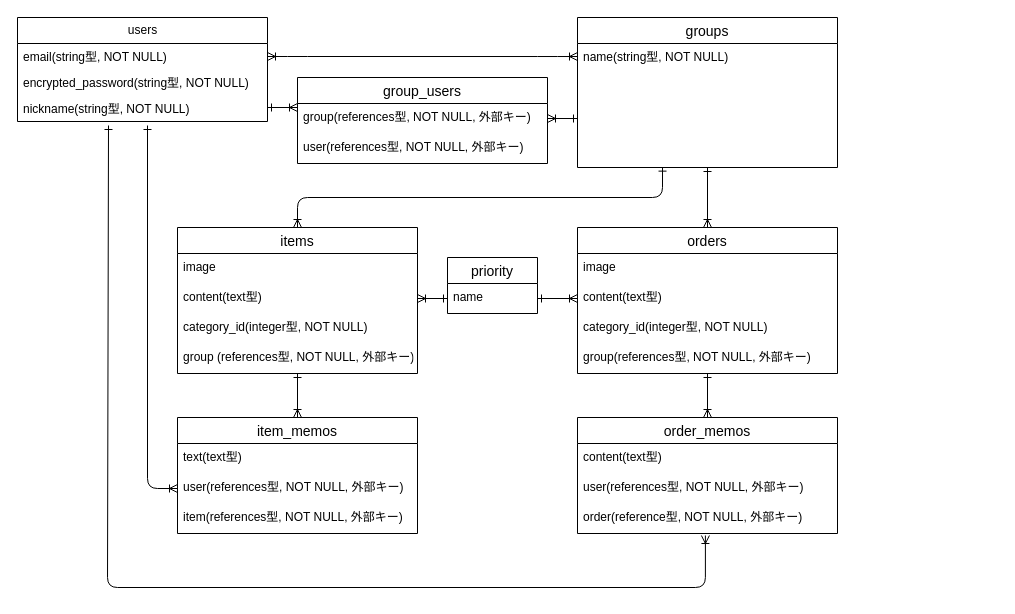
The draw.io diagram kauzo.drawio in komafuji820/kauzo, before the edit. Source tidied: cells renumbered, new cells numbered last; positions are measured from the earlier drawing's top-left corner, leaving out a move shared by most shapes. Both pictures are drawn from the tidied source at 100%, with x=0, y=0 at pixel (17, 17).
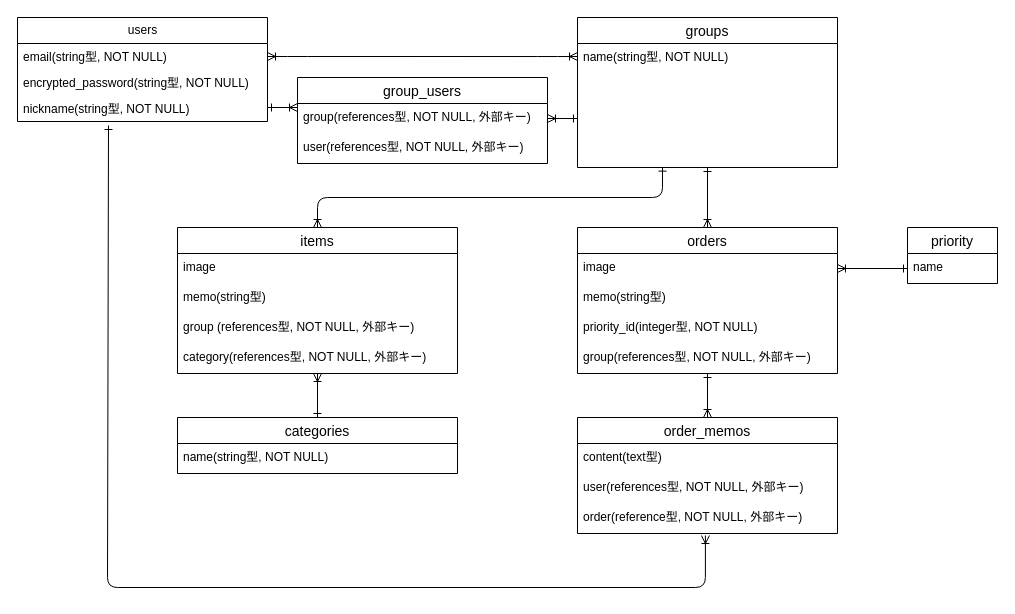
After the change.

Commit message (it also covers changes not shown here):
在庫情報にカテゴリーを設定できるよう、DB設計を修正

The change refers to these unchanged cells:
```xml
<mxCell id="5" value="nickname(string型, NOT NULL)" style="text;strokeColor=none;fillColor=none;align=left;verticalAlign=top;spacingLeft=4;spacingRight=4;overflow=hidden;points=[[0,0.5],[1,0.5]];portConstraint=eastwest;whiteSpace=wrap;html=1;" parent="2" vertex="1">
  <mxGeometry y="78" width="250" height="26" as="geometry" />
</mxCell>
<mxCell id="13" value="orders" style="swimlane;fontStyle=0;horizontal=1;startSize=26;align=center;fontSize=14;" parent="1" vertex="1">
  <mxGeometry x="560" y="210" width="260" height="146" as="geometry" />
</mxCell>
<mxCell id="14" value="image" style="text;strokeColor=none;fillColor=none;spacingLeft=4;spacingRight=4;overflow=hidden;points=[[0,0.5],[1,0.5]];portConstraint=eastwest;fontSize=12;" parent="13" vertex="1">
  <mxGeometry y="26" width="260" height="30" as="geometry" />
</mxCell>
```

Diff of the diagram source:
```diff
@@
-    <mxCell id="15" value="content(text型)" style="text;strokeColor=none;fillColor=none;spacingLeft=4;spacingRight=4;overflow=hidden;points=[[0,0.5],[1,0.5]];portConstraint=eastwest;fontSize=12;" parent="13" vertex="1">
+    <mxCell id="15" value="memo(string型)" style="text;strokeColor=none;fillColor=none;spacingLeft=4;spacingRight=4;overflow=hidden;points=[[0,0.5],[1,0.5]];portConstraint=eastwest;fontSize=12;" parent="13" vertex="1">
       <mxGeometry y="56" width="260" height="30" as="geometry" />
     </mxCell>
-    <mxCell id="16" value="category_id(integer型, NOT NULL)&#10;" style="text;strokeColor=none;fillColor=none;spacingLeft=4;spacingRight=4;overflow=hidden;fontSize=12;" parent="13" vertex="1">
+    <mxCell id="16" value="priority_id(integer型, NOT NULL)&#10;" style="text;strokeColor=none;fillColor=none;spacingLeft=4;spacingRight=4;overflow=hidden;fontSize=12;" parent="13" vertex="1">
       <mxGeometry y="86" width="260" height="30" as="geometry" />
     </mxCell>
@@
-    <mxCell id="23" value="priority" style="swimlane;fontStyle=0;horizontal=1;startSize=26;align=center;fontSize=14;" parent="1" vertex="1">
-      <mxGeometry x="430" y="240" width="90" height="56" as="geometry" />
-    </mxCell>
-    <mxCell id="24" value="name" style="text;strokeColor=none;fillColor=none;spacingLeft=4;spacingRight=4;overflow=hidden;points=[[0,0.5],[1,0.5]];portConstraint=eastwest;fontSize=12;" parent="23" vertex="1">
-      <mxGeometry y="26" width="90" height="30" as="geometry" />
-    </mxCell>
     <mxCell id="25" value="items" style="swimlane;fontStyle=0;horizontal=1;startSize=26;align=center;fontSize=14;" parent="1" vertex="1">
-      <mxGeometry x="160" y="210" width="240" height="146" as="geometry" />
+      <mxGeometry x="160" y="210" width="280" height="146" as="geometry" />
     </mxCell>
     <mxCell id="26" value="image" style="text;strokeColor=none;fillColor=none;spacingLeft=4;spacingRight=4;overflow=hidden;fontSize=12;" parent="25" vertex="1">
-      <mxGeometry y="26" width="240" height="30" as="geometry" />
+      <mxGeometry y="26" width="280" height="30" as="geometry" />
     </mxCell>
-    <mxCell id="27" value="content(text型)" style="text;strokeColor=none;fillColor=none;spacingLeft=4;spacingRight=4;overflow=hidden;points=[[0,0.5],[1,0.5]];portConstraint=eastwest;fontSize=12;" parent="25" vertex="1">
-      <mxGeometry y="56" width="240" height="30" as="geometry" />
+    <mxCell id="27" value="memo(string型)" style="text;strokeColor=none;fillColor=none;spacingLeft=4;spacingRight=4;overflow=hidden;points=[[0,0.5],[1,0.5]];portConstraint=eastwest;fontSize=12;" parent="25" vertex="1">
+      <mxGeometry y="56" width="280" height="30" as="geometry" />
     </mxCell>
-    <mxCell id="28" value="category_id(integer型, NOT NULL)" style="text;strokeColor=none;fillColor=none;spacingLeft=4;spacingRight=4;overflow=hidden;fontSize=12;" parent="25" vertex="1">
-      <mxGeometry y="86" width="240" height="30" as="geometry" />
-    </mxCell>
     <mxCell id="29" value="group (references型, NOT NULL, 外部キー)" style="text;strokeColor=none;fillColor=none;spacingLeft=4;spacingRight=4;overflow=hidden;points=[[0,0.5],[1,0.5]];portConstraint=eastwest;fontSize=12;" parent="25" vertex="1">
-      <mxGeometry y="116" width="240" height="30" as="geometry" />
+      <mxGeometry y="86" width="280" height="30" as="geometry" />
     </mxCell>
-    <mxCell id="30" style="edgeStyle=none;html=1;startArrow=ERoneToMany;startFill=0;endArrow=ERone;endFill=0;" parent="1" edge="1" source="31" target="29">
-      <mxGeometry relative="1" as="geometry" />
-    </mxCell>
+    <mxCell id="34" value="category(references型, NOT NULL, 外部キー)" style="text;strokeColor=none;fillColor=none;spacingLeft=4;spacingRight=4;overflow=hidden;points=[[0,0.5],[1,0.5]];portConstraint=eastwest;fontSize=12;" parent="25" vertex="1">
+      <mxGeometry y="116" width="280" height="30" as="geometry" />
+    </mxCell>
+    <mxCell id="42" style="edgeStyle=none;html=1;startArrow=ERone;startFill=0;endArrow=ERoneToMany;endFill=0;" parent="1" edge="1" source="31" target="34">
+      <mxGeometry relative="1" as="geometry" />
+    </mxCell>
-    <mxCell id="31" value="item_memos" style="swimlane;fontStyle=0;horizontal=1;startSize=26;align=center;fontSize=14;" parent="1" vertex="1">
-      <mxGeometry x="160" y="400" width="240" height="116" as="geometry" />
+    <mxCell id="31" value="categories" style="swimlane;fontStyle=0;horizontal=1;startSize=26;align=center;fontSize=14;" parent="1" vertex="1">
+      <mxGeometry x="160" y="400" width="280" height="56" as="geometry" />
     </mxCell>
-    <mxCell id="32" value="text(text型)" style="text;strokeColor=none;fillColor=none;spacingLeft=4;spacingRight=4;overflow=hidden;fontSize=12;" parent="31" vertex="1">
-      <mxGeometry y="26" width="240" height="30" as="geometry" />
+    <mxCell id="32" value="name(string型, NOT NULL)" style="text;strokeColor=none;fillColor=none;spacingLeft=4;spacingRight=4;overflow=hidden;fontSize=12;" parent="31" vertex="1">
+      <mxGeometry y="26" width="280" height="30" as="geometry" />
     </mxCell>
-    <mxCell id="33" value="user(references型, NOT NULL, 外部キー)" style="text;strokeColor=none;fillColor=none;spacingLeft=4;spacingRight=4;overflow=hidden;points=[[0,0.5],[1,0.5]];portConstraint=eastwest;fontSize=12;" parent="31" vertex="1">
-      <mxGeometry y="56" width="240" height="30" as="geometry" />
-    </mxCell>
-    <mxCell id="34" value="item(references型, NOT NULL, 外部キー)" style="text;strokeColor=none;fillColor=none;spacingLeft=4;spacingRight=4;overflow=hidden;points=[[0,0.5],[1,0.5]];portConstraint=eastwest;fontSize=12;" parent="31" vertex="1">
-      <mxGeometry y="86" width="240" height="30" as="geometry" />
-    </mxCell>
@@
-    <mxCell id="36" style="edgeStyle=orthogonalEdgeStyle;html=1;exitX=1;exitY=0.5;exitDx=0;exitDy=0;entryX=0;entryY=0.5;entryDx=0;entryDy=0;startArrow=ERone;startFill=0;endArrow=ERoneToMany;endFill=0;" parent="1" edge="1" source="24" target="15">
-      <mxGeometry relative="1" as="geometry" />
-    </mxCell>
-    <mxCell id="37" style="edgeStyle=orthogonalEdgeStyle;html=1;exitX=0;exitY=0.5;exitDx=0;exitDy=0;entryX=1;entryY=0.5;entryDx=0;entryDy=0;startArrow=ERone;startFill=0;endArrow=ERoneToMany;endFill=0;" parent="1" edge="1" source="24" target="27">
-      <mxGeometry relative="1" as="geometry" />
-    </mxCell>
-    <mxCell id="38" style="edgeStyle=orthogonalEdgeStyle;html=1;startArrow=ERone;startFill=0;endArrow=ERoneToMany;endFill=0;entryX=0;entryY=0.5;entryDx=0;entryDy=0;exitX=0.52;exitY=1.154;exitDx=0;exitDy=0;exitPerimeter=0;" parent="1" edge="1" source="5" target="33">
-      <mxGeometry relative="1" as="geometry">
-        <Array as="points">
-          <mxPoint x="130" y="471" />
-        </Array>
-      </mxGeometry>
-    </mxCell>
@@
+    <mxCell id="23" value="priority" style="swimlane;fontStyle=0;horizontal=1;startSize=26;align=center;fontSize=14;" parent="1" vertex="1">
+      <mxGeometry x="890" y="210" width="90" height="56" as="geometry" />
+    </mxCell>
+    <mxCell id="24" value="name" style="text;strokeColor=none;fillColor=none;spacingLeft=4;spacingRight=4;overflow=hidden;points=[[0,0.5],[1,0.5]];portConstraint=eastwest;fontSize=12;" parent="23" vertex="1">
+      <mxGeometry y="26" width="90" height="30" as="geometry" />
+    </mxCell>
+    <mxCell id="43" style="edgeStyle=none;html=1;exitX=1;exitY=0.5;exitDx=0;exitDy=0;entryX=0;entryY=0.5;entryDx=0;entryDy=0;startArrow=ERoneToMany;startFill=0;endArrow=ERone;endFill=0;" parent="1" edge="1" source="14" target="24">
+      <mxGeometry relative="1" as="geometry" />
+    </mxCell>
```
